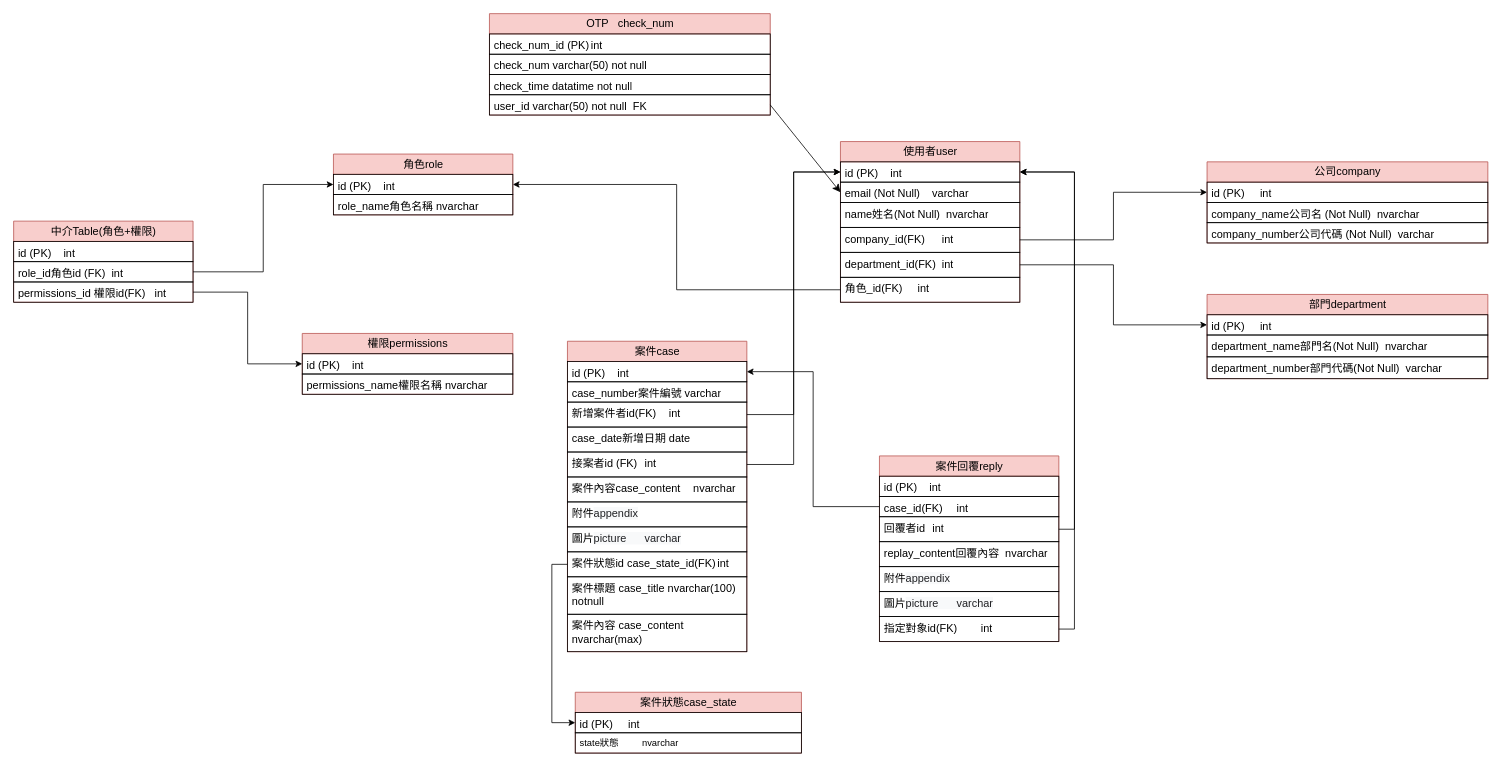
Before: DB設計圖.drawio in ViviChou1017/HTMLCSSProject, a draw.io diagram. Source tidied: cells renumbered, new cells numbered last; positions are measured from the earlier drawing's top-left corner, leaving out a move shared by most shapes. Both pictures are drawn from the tidied source at 78%, with x=0, y=0 at pixel (13, 13).
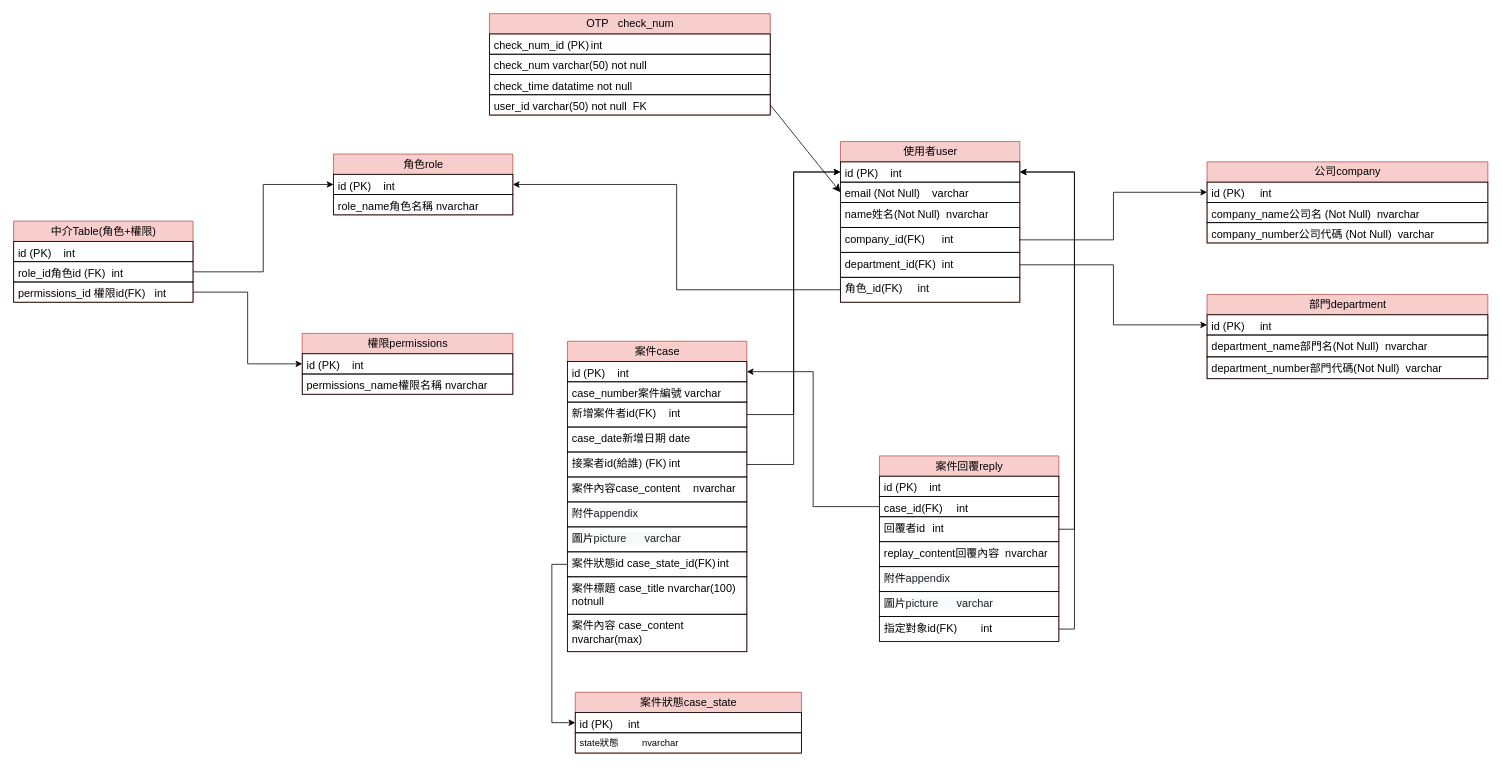
Above is the later version.

Commit message:
更新DB設計圖.drawio

Unchanged cells that the change refers to:
```xml
<mxCell id="17" value="&lt;span style=&quot;font-size: 14px;&quot;&gt;案件case&lt;/span&gt;" style="swimlane;fontStyle=0;horizontal=1;startSize=26;fillColor=#f8cecc;html=1;strokeColor=#b85450;" parent="1" vertex="1">
  <mxGeometry x="710" y="420" width="230" height="398" as="geometry" />
</mxCell>
```

The edit, as a diff of the source:
```diff
@@
-    <mxCell id="22" value="&lt;font style=&quot;font-size: 14px;&quot;&gt;接案者id (FK)&lt;span style=&quot;white-space: pre;&quot;&gt;&#9;&lt;/span&gt;int&lt;/font&gt;" style="text;strokeColor=default;fillColor=none;align=left;verticalAlign=top;spacingLeft=4;spacingRight=4;overflow=hidden;points=[[0,0.5],[1,0.5]];portConstraint=eastwest;whiteSpace=wrap;html=1;" parent="17" vertex="1">
+    <mxCell id="22" value="&lt;font style=&quot;font-size: 14px;&quot;&gt;接案者id(給誰) (FK)&lt;span style=&quot;white-space: pre;&quot;&gt;&#9;&lt;/span&gt;int&lt;/font&gt;" style="text;strokeColor=default;fillColor=none;align=left;verticalAlign=top;spacingLeft=4;spacingRight=4;overflow=hidden;points=[[0,0.5],[1,0.5]];portConstraint=eastwest;whiteSpace=wrap;html=1;" parent="17" vertex="1">
       <mxGeometry y="142" width="230" height="32" as="geometry" />
     </mxCell>
```
